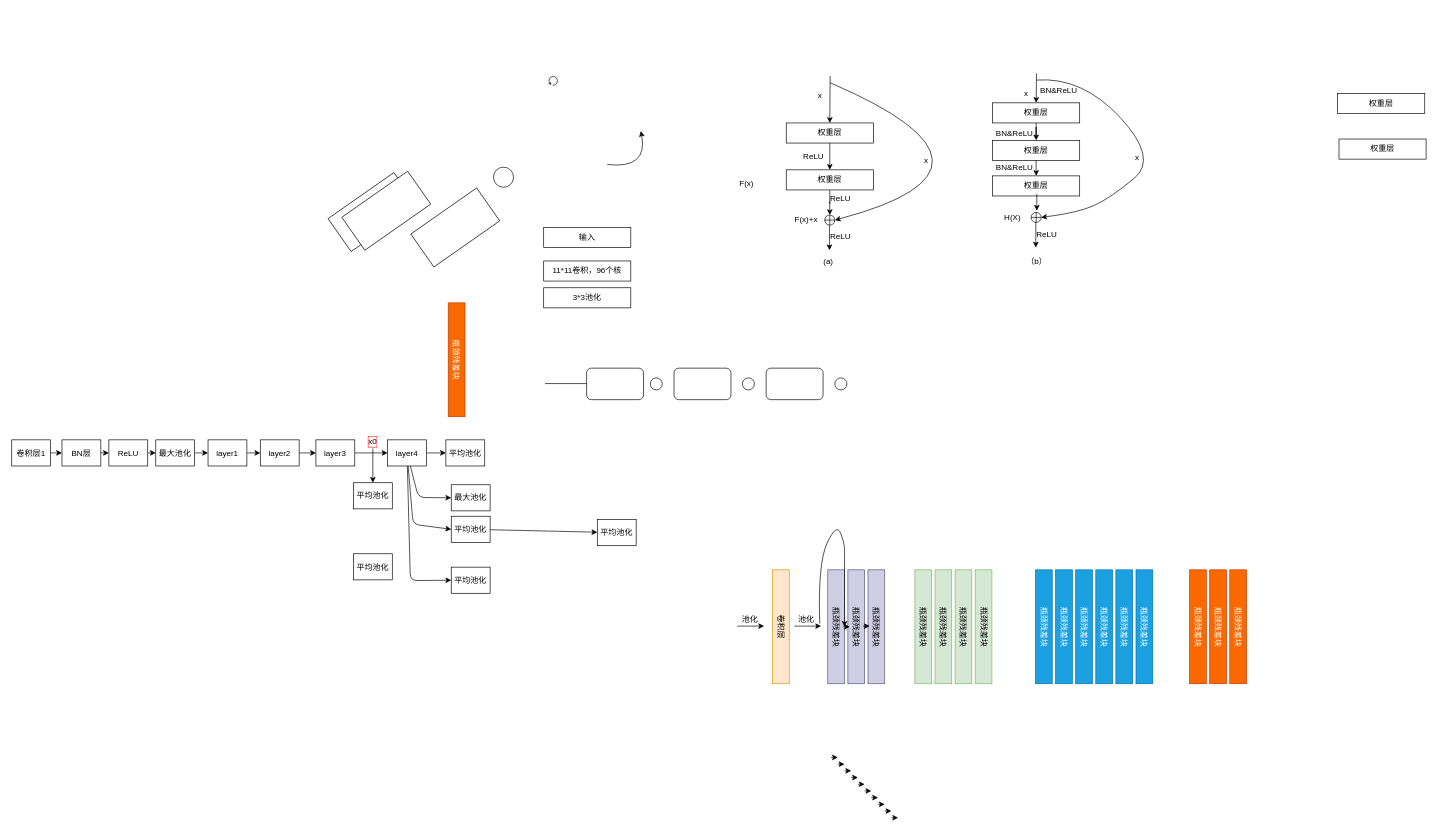
This is img/ResNet50结构图.drawio from xjhjinhui/Hydraplus_Net, a draw.io file, before an edit. Source tidied: cells renumbered, new cells numbered last; positions are measured from the earlier drawing's top-left corner, leaving out a move shared by most shapes. Both pictures are drawn from the tidied source at 67%, with x=0, y=0 at pixel (11, 73).
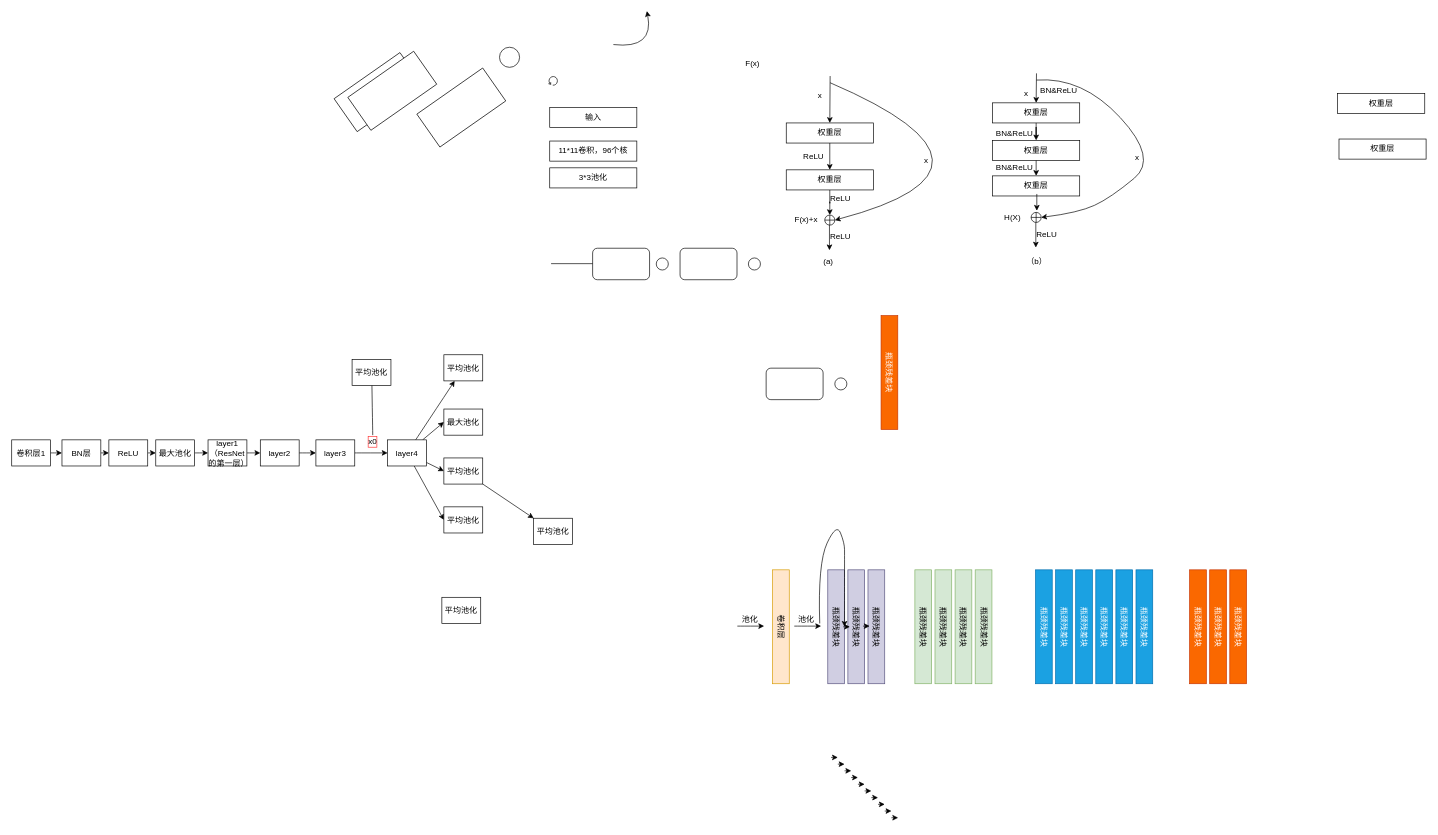
The same page after the edit.

Commit message:
更新ResNet50结构图.drawio

The change refers to these unchanged cells:
```xml
<mxCell id="112" value="layer4" style="rounded=0;whiteSpace=wrap;html=1;shadow=0;" parent="1" vertex="1">
  <mxGeometry x="561" y="547" width="58" height="39" as="geometry" />
</mxCell>
```

What changed in the source:
```diff
@@
     <mxCell id="53" value="&lt;p style=&quot;line-height: 90%&quot;&gt;瓶颈残差块&lt;/p&gt;" style="rounded=0;whiteSpace=wrap;html=1;rotation=90;fillColor=#fa6800;strokeColor=#C73500;fontColor=#ffffff;" parent="1" vertex="1">
-      <mxGeometry x="579" y="415" width="170" height="25" as="geometry" />
+      <mxGeometry x="1225" y="434" width="170" height="25" as="geometry" />
     </mxCell>
     <mxCell id="54" value="输入" style="rounded=0;whiteSpace=wrap;html=1;" parent="1" vertex="1">
-      <mxGeometry x="794" y="230" width="130" height="30" as="geometry" />
+      <mxGeometry x="803" y="51" width="130" height="30" as="geometry" />
     </mxCell>
     <mxCell id="55" value="11*11卷积，96个核" style="rounded=0;whiteSpace=wrap;html=1;" parent="1" vertex="1">
-      <mxGeometry x="794" y="280" width="130" height="30" as="geometry" />
+      <mxGeometry x="803" y="101" width="130" height="30" as="geometry" />
     </mxCell>
     <mxCell id="56" value="3*3池化" style="rounded=0;whiteSpace=wrap;html=1;" parent="1" vertex="1">
-      <mxGeometry x="794" y="320" width="130" height="30" as="geometry" />
+      <mxGeometry x="803" y="141" width="130" height="30" as="geometry" />
     </mxCell>
@@
     <mxCell id="58" style="ellipse;whiteSpace=wrap;html=1;" parent="1" vertex="1">
-      <mxGeometry x="719" y="140" width="30" height="30" as="geometry" />
+      <mxGeometry x="728" y="-39" width="30" height="30" as="geometry" />
     </mxCell>
     <mxCell id="59" value="F(x)" style="text;html=1;strokeColor=none;fillColor=none;align=center;verticalAlign=middle;whiteSpace=wrap;rounded=0;" parent="1" vertex="1">
-      <mxGeometry x="1077" y="155" width="40" height="20" as="geometry" />
+      <mxGeometry x="1086" y="-24" width="40" height="20" as="geometry" />
     </mxCell>
     <mxCell id="60" style="rounded=1;whiteSpace=wrap;html=1;" parent="1" vertex="1">
-      <mxGeometry x="858" y="440" width="85" height="47" as="geometry" />
+      <mxGeometry x="867" y="261" width="85" height="47" as="geometry" />
     </mxCell>
     <mxCell id="61" style="rounded=1;whiteSpace=wrap;html=1;" parent="1" vertex="1">
-      <mxGeometry x="988.5" y="440" width="85" height="47" as="geometry" />
+      <mxGeometry x="997.5" y="261" width="85" height="47" as="geometry" />
     </mxCell>
@@
     <mxCell id="63" style="ellipse;whiteSpace=wrap;html=1;" parent="1" vertex="1">
-      <mxGeometry x="953" y="454.5" width="18" height="18" as="geometry" />
+      <mxGeometry x="962" y="275.5" width="18" height="18" as="geometry" />
     </mxCell>
     <mxCell id="64" style="ellipse;whiteSpace=wrap;html=1;" parent="1" vertex="1">
-      <mxGeometry x="1090.5" y="454.5" width="18" height="18" as="geometry" />
+      <mxGeometry x="1099.5" y="275.5" width="18" height="18" as="geometry" />
     </mxCell>
@@
     <mxCell id="66" style="endArrow=none;html=1;" parent="1" edge="1">
       <mxGeometry relative="1" as="geometry">
-        <mxPoint x="796" y="463" as="sourcePoint" />
-        <mxPoint x="858" y="463" as="targetPoint" />
+        <mxPoint x="805" y="284" as="sourcePoint" />
+        <mxPoint x="867" y="284" as="targetPoint" />
       </mxGeometry>
     </mxCell>
     <mxCell id="67" style="rounded=0;whiteSpace=wrap;html=1;rotation=-35;" parent="1" vertex="1">
-      <mxGeometry x="478.5" y="177" width="120" height="60" as="geometry" />
+      <mxGeometry x="487.5" y="-2" width="120" height="60" as="geometry" />
     </mxCell>
     <mxCell id="68" style="rounded=0;whiteSpace=wrap;html=1;rotation=-35;" parent="1" vertex="1">
-      <mxGeometry x="499" y="175" width="120" height="60" as="geometry" />
+      <mxGeometry x="508" y="-4" width="120" height="60" as="geometry" />
     </mxCell>
     <mxCell id="69" style="rounded=0;whiteSpace=wrap;html=1;rotation=-35;" parent="1" vertex="1">
-      <mxGeometry x="602" y="200" width="120" height="60" as="geometry" />
+      <mxGeometry x="611" y="21" width="120" height="60" as="geometry" />
     </mxCell>
     <mxCell id="70" style="endArrow=classic;html=1;curved=1;" parent="1" edge="1">
       <mxGeometry relative="1" as="geometry">
-        <mxPoint x="889" y="136" as="sourcePoint" />
-        <mxPoint x="939" y="86" as="targetPoint" />
+        <mxPoint x="898" y="-43" as="sourcePoint" />
+        <mxPoint x="948" y="-93" as="targetPoint" />
         <Array as="points">
-          <mxPoint x="950" y="143" />
+          <mxPoint x="959" y="-36" />
         </Array>
       </mxGeometry>
     </mxCell>
@@
-    <mxCell id="102" value="layer1" style="rounded=0;whiteSpace=wrap;html=1;shadow=0;" parent="1" vertex="1">
+    <mxCell id="102" value="layer1（ResNet的第一层）" style="rounded=0;whiteSpace=wrap;html=1;shadow=0;" parent="1" vertex="1">
       <mxGeometry x="293" y="547" width="58" height="39" as="geometry" />
     </mxCell>
@@
     <mxCell id="107" value="最大池化" style="rounded=0;whiteSpace=wrap;html=1;shadow=0;" parent="1" vertex="1">
-      <mxGeometry x="656" y="614" width="58" height="39" as="geometry" />
+      <mxGeometry x="645" y="501" width="58" height="39" as="geometry" />
     </mxCell>
@@
     <mxCell id="109" style="edgeStyle=none;jettySize=auto;html=1;shadow=0;entryX=0;entryY=0.5;entryDx=0;entryDy=0;rounded=1;" parent="1" edge="1" source="112" target="107">
-      <mxGeometry relative="1" as="geometry">
-        <Array as="points">
-          <mxPoint x="607" y="633" />
-        </Array>
-      </mxGeometry>
+      <mxGeometry relative="1" as="geometry" />
     </mxCell>
     <mxCell id="110" style="edgeStyle=none;jettySize=auto;html=1;shadow=0;entryX=0;entryY=0.5;entryDx=0;entryDy=0;rounded=1;" parent="1" edge="1" source="112" target="117">
-      <mxGeometry relative="1" as="geometry">
-        <Array as="points">
-          <mxPoint x="599" y="673" />
-        </Array>
-      </mxGeometry>
+      <mxGeometry relative="1" as="geometry" />
     </mxCell>
     <mxCell id="111" style="edgeStyle=none;rounded=1;jettySize=auto;html=1;shadow=0;entryX=0;entryY=0.5;entryDx=0;entryDy=0;" parent="1" edge="1" source="112" target="119">
-      <mxGeometry relative="1" as="geometry">
-        <Array as="points">
-          <mxPoint x="595" y="757" />
-        </Array>
-      </mxGeometry>
+      <mxGeometry relative="1" as="geometry" />
     </mxCell>
@@
     <mxCell id="113" value="平均池化" style="rounded=0;whiteSpace=wrap;html=1;shadow=0;" parent="1" vertex="1">
-      <mxGeometry x="648" y="547" width="58" height="39" as="geometry" />
+      <mxGeometry x="645" y="420" width="58" height="39" as="geometry" />
     </mxCell>
@@
     <mxCell id="117" value="平均池化" style="rounded=0;whiteSpace=wrap;html=1;shadow=0;" parent="1" vertex="1">
-      <mxGeometry x="656" y="661" width="58" height="39" as="geometry" />
+      <mxGeometry x="645" y="574" width="58" height="39" as="geometry" />
     </mxCell>
     <mxCell id="118" value="平均池化" style="rounded=0;whiteSpace=wrap;html=1;shadow=0;" parent="1" vertex="1">
-      <mxGeometry x="874" y="666" width="58" height="39" as="geometry" />
+      <mxGeometry x="779" y="664" width="58" height="39" as="geometry" />
     </mxCell>
     <mxCell id="119" value="平均池化" style="rounded=0;whiteSpace=wrap;html=1;shadow=0;" parent="1" vertex="1">
-      <mxGeometry x="656" y="737" width="58" height="39" as="geometry" />
+      <mxGeometry x="645" y="647" width="58" height="39" as="geometry" />
     </mxCell>
     <mxCell id="120" value="平均池化" style="rounded=0;whiteSpace=wrap;html=1;shadow=0;" parent="1" vertex="1">
-      <mxGeometry x="510" y="611" width="58" height="39" as="geometry" />
+      <mxGeometry x="508" y="427" width="58" height="39" as="geometry" />
     </mxCell>
     <mxCell id="121" value="平均池化" style="rounded=0;whiteSpace=wrap;html=1;shadow=0;" parent="1" vertex="1">
-      <mxGeometry x="510" y="717" width="58" height="39" as="geometry" />
+      <mxGeometry x="642" y="782" width="58" height="39" as="geometry" />
     </mxCell>
```
